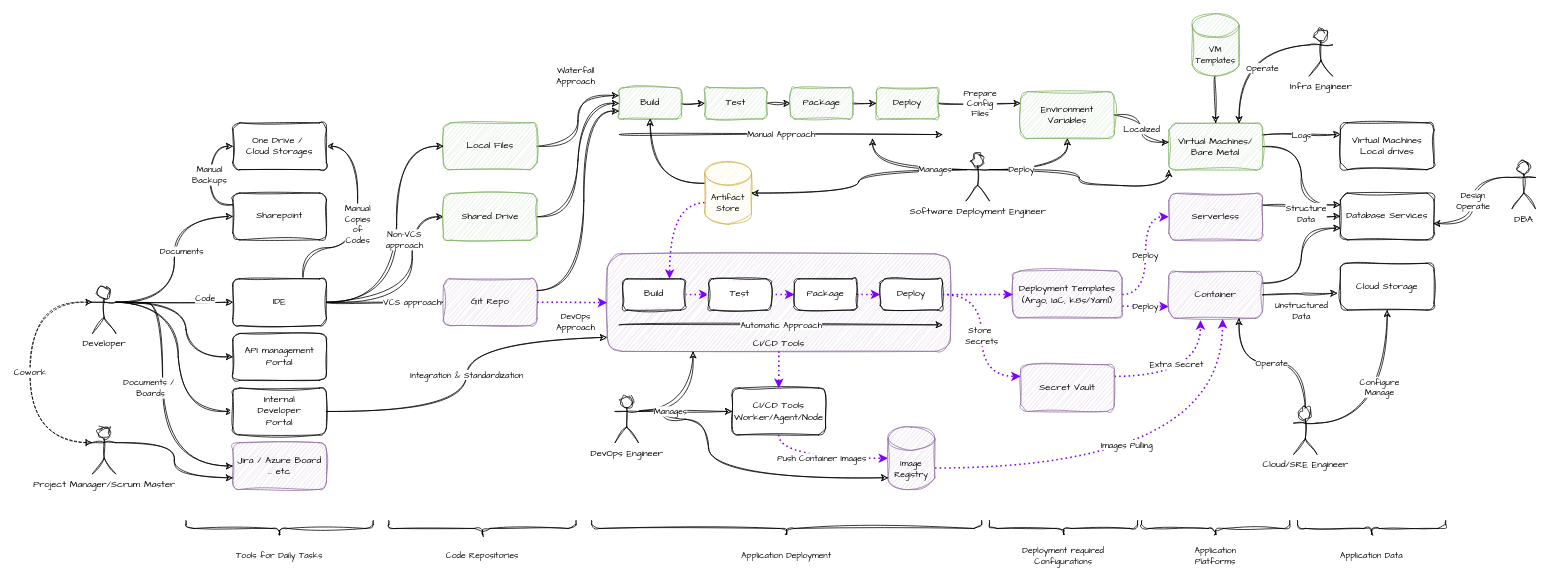
Above: Generic - Application Security.drawio in billhoph/whiteboards (draw.io), before the change. Source tidied: cells renumbered, new cells numbered last; positions are measured from the earlier drawing's top-left corner, leaving out a move shared by most shapes. Both pictures are drawn from the tidied source at 78%, with x=0, y=0 at pixel (30, 13). Pictures stored in the file or linked from it are replaced by grey dashed boxes.
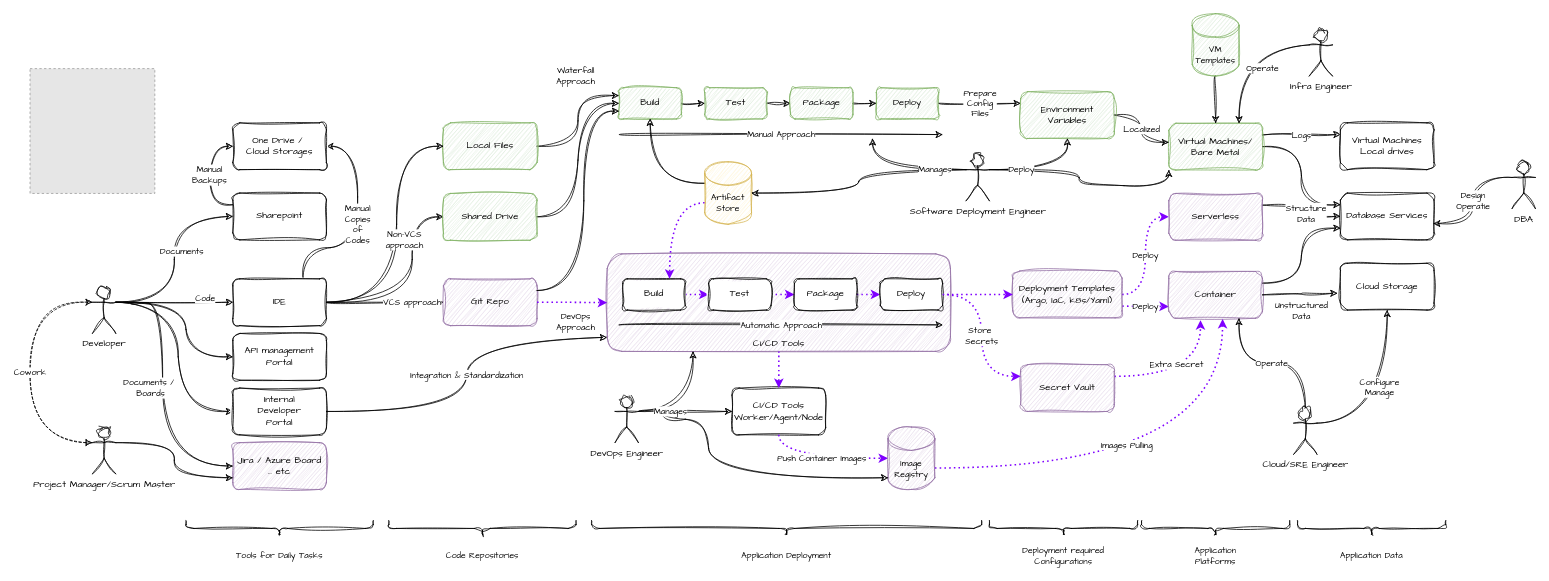
The same diagram, later.

Change to the diagram source:
```diff
@@
+    <mxCell id="111" style="fillColor=#E6E6E6;strokeColor=#999999;dashed=1;verticalLabelPosition=bottom;verticalAlign=top;fontFamily=Architects Daughter;" parent="1" vertex="1">
+      <mxGeometry y="70.5" width="160" height="160" as="geometry" />
+    </mxCell>
```
